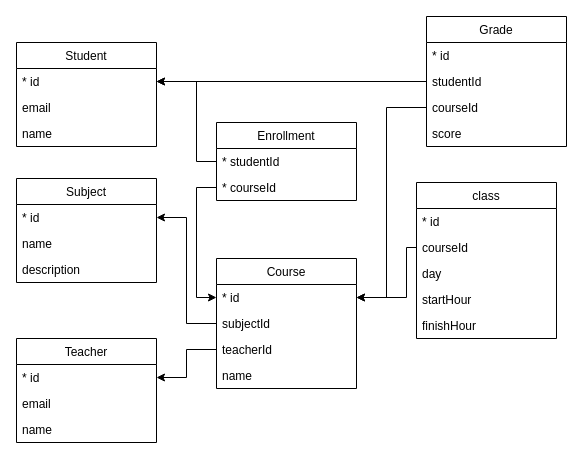
Earlier version of the draw.io diagram db-diagram.drawio (simonZuluagaPrft/java-training). Source tidied: cells renumbered, new cells numbered last; positions are measured from the earlier drawing's top-left corner, leaving out a move shared by most shapes. Both pictures are drawn from the tidied source at 100%, with x=0, y=0 at pixel (16, 16).
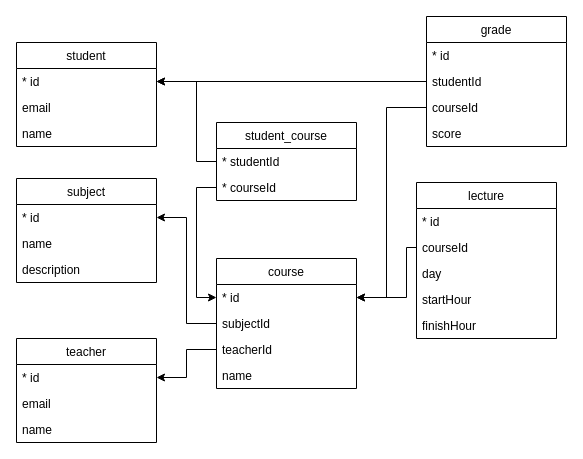
Above is the later version.

What changed in the source:
```diff
@@
-    <mxCell id="2" value="Student" style="swimlane;fontStyle=0;horizontal=1;startSize=26;fillColor=none;" parent="1" vertex="1">
+    <mxCell id="2" value="student" style="swimlane;fontStyle=0;horizontal=1;startSize=26;fillColor=none;" parent="1" vertex="1">
       <mxGeometry y="26" width="140" height="104" as="geometry" />
     </mxCell>
@@
-    <mxCell id="6" value="Course" style="swimlane;fontStyle=0;horizontal=1;startSize=26;fillColor=none;" parent="1" vertex="1">
+    <mxCell id="6" value="course" style="swimlane;fontStyle=0;horizontal=1;startSize=26;fillColor=none;" parent="1" vertex="1">
       <mxGeometry x="200" y="242" width="140" height="130" as="geometry" />
     </mxCell>
@@
-    <mxCell id="11" value="Subject" style="swimlane;fontStyle=0;horizontal=1;startSize=26;fillColor=none;" parent="1" vertex="1">
+    <mxCell id="11" value="subject" style="swimlane;fontStyle=0;horizontal=1;startSize=26;fillColor=none;" parent="1" vertex="1">
       <mxGeometry y="162" width="140" height="104" as="geometry" />
     </mxCell>
@@
-    <mxCell id="15" value="Teacher" style="swimlane;fontStyle=0;horizontal=1;startSize=26;fillColor=none;" parent="1" vertex="1">
+    <mxCell id="15" value="teacher" style="swimlane;fontStyle=0;horizontal=1;startSize=26;fillColor=none;" parent="1" vertex="1">
       <mxGeometry y="322" width="140" height="104" as="geometry" />
     </mxCell>
@@
-    <mxCell id="20" value="Grade" style="swimlane;fontStyle=0;horizontal=1;startSize=26;fillColor=none;" parent="1" vertex="1">
+    <mxCell id="20" value="grade" style="swimlane;fontStyle=0;horizontal=1;startSize=26;fillColor=none;" parent="1" vertex="1">
       <mxGeometry x="410" width="140" height="130" as="geometry" />
     </mxCell>
@@
-    <mxCell id="26" value="class" style="swimlane;fontStyle=0;horizontal=1;startSize=26;fillColor=none;" parent="1" vertex="1">
+    <mxCell id="26" value="lecture" style="swimlane;fontStyle=0;horizontal=1;startSize=26;fillColor=none;" parent="1" vertex="1">
       <mxGeometry x="400" y="166" width="140" height="156" as="geometry" />
     </mxCell>
@@
-    <mxCell id="36" value="Enrollment" style="swimlane;fontStyle=0;horizontal=1;startSize=26;fillColor=none;" parent="1" vertex="1">
+    <mxCell id="36" value="student_course" style="swimlane;fontStyle=0;horizontal=1;startSize=26;fillColor=none;" parent="1" vertex="1">
       <mxGeometry x="200" y="106" width="140" height="78" as="geometry" />
     </mxCell>
```
